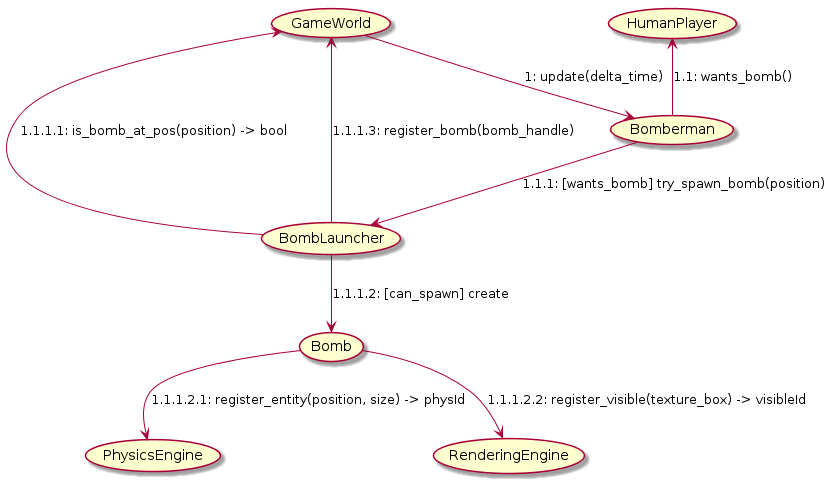
Before: docs/img/Communication_UC_2_1.png, a diagram exported from PlantUML (NadzwyczajnaGrupaRobocza/bomberman). The source it was exported from:
```plantuml
@startuml

(GameWorld) --> (Bomberman) : "1: update(delta_time)"
(HumanPlayer) <-- (Bomberman) : "1.1: wants_bomb()"
(Bomberman) --> (BombLauncher) : "1.1.1: [wants_bomb] try_spawn_bomb(position)"
(BombLauncher) --> (GameWorld) : "1.1.1.1: is_bomb_at_pos(position) -> bool"
(BombLauncher) --> (Bomb) : "1.1.1.2: [can_spawn] create"

(Bomb) --> (PhysicsEngine) :   "1.1.1.2.1: register_entity(position, size) -> physId"
(Bomb) --> (RenderingEngine) : "1.1.1.2.2: register_visible(texture_box) -> visibleId"

(BombLauncher) --> (GameWorld) : "1.1.1.3: register_bomb(bomb_handle)"

@enduml
```
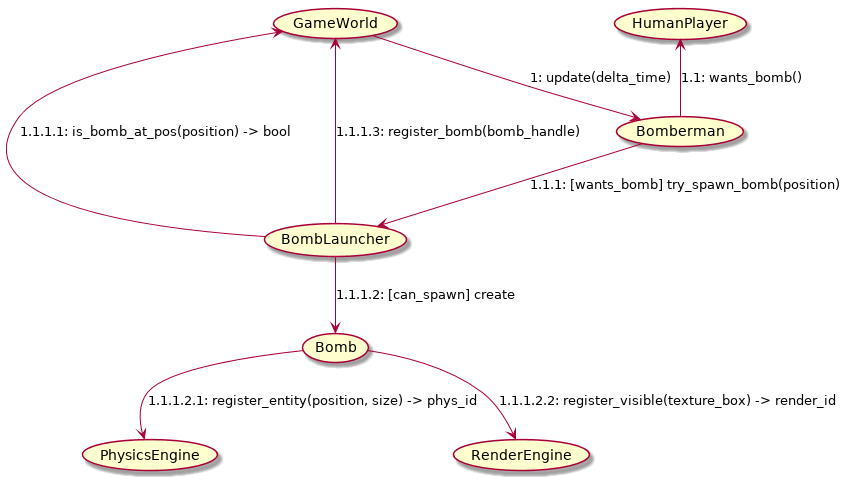
After the commit.

What changed in the source:
```diff
@@ -6,8 +6,8 @@
 (BombLauncher) --> (GameWorld) : "1.1.1.1: is_bomb_at_pos(position) -> bool"
 (BombLauncher) --> (Bomb) : "1.1.1.2: [can_spawn] create"
 
-(Bomb) --> (PhysicsEngine) :   "1.1.1.2.1: register_entity(position, size) -> physId"
-(Bomb) --> (RenderingEngine) : "1.1.1.2.2: register_visible(texture_box) -> visibleId"
+(Bomb) --> (PhysicsEngine) :   "1.1.1.2.1: register_entity(position, size) -> phys_id"
+(Bomb) --> (RenderEngine) : "1.1.1.2.2: register_visible(texture_box) -> render_id"
 
 (BombLauncher) --> (GameWorld) : "1.1.1.3: register_bomb(bomb_handle)"
 
```
